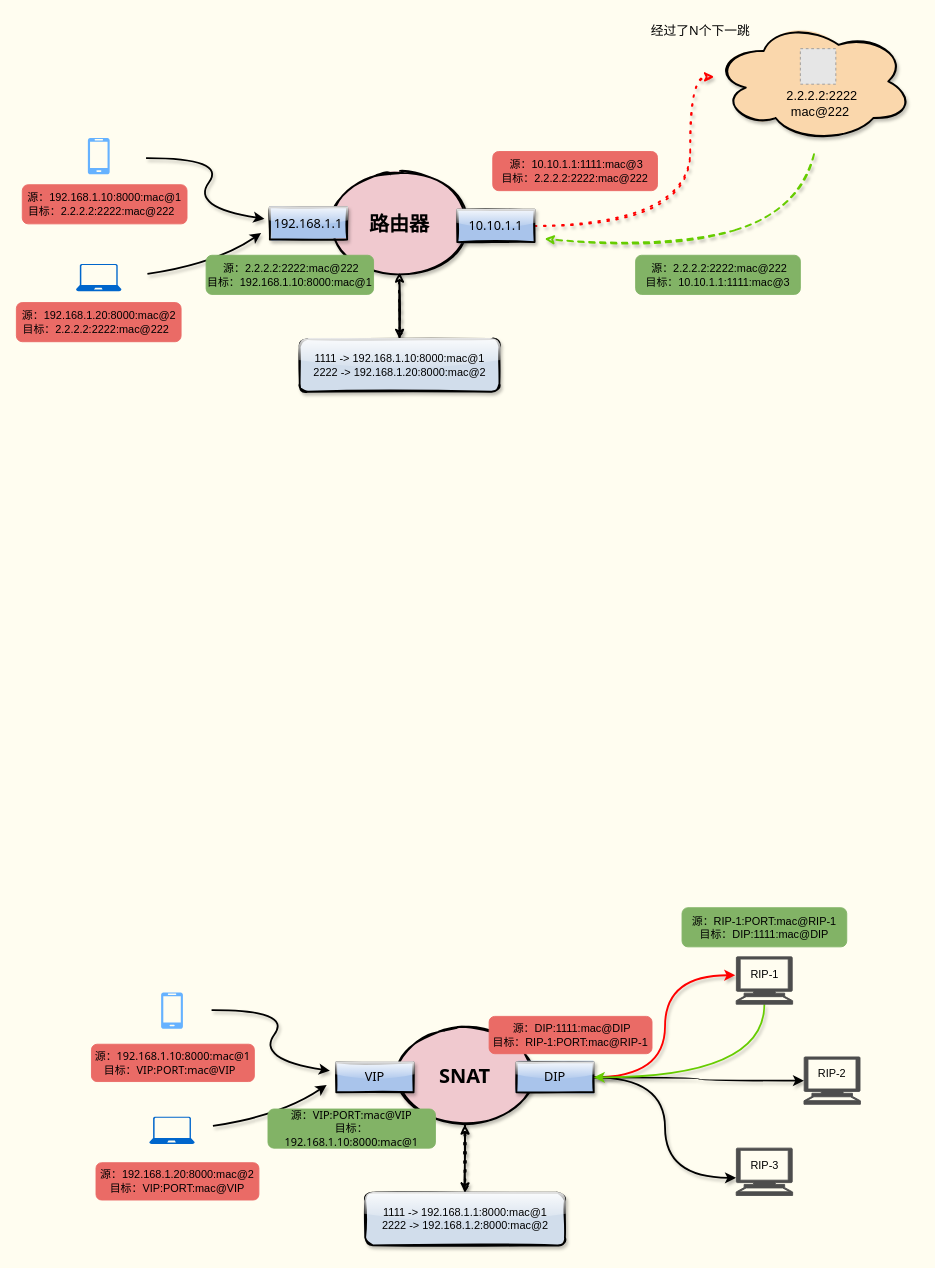
This is pictures/负载均衡/lvs_snat.drawio from boxtsecond/draw, a draw.io file, before an edit. Source tidied: cells renumbered, new cells numbered last; positions are measured from the earlier drawing's top-left corner, leaving out a move shared by most shapes. Both pictures are drawn from the tidied source at 91%, with x=0, y=0 at pixel (16, 20). Pictures stored in the file or linked from it are replaced by grey dashed boxes.
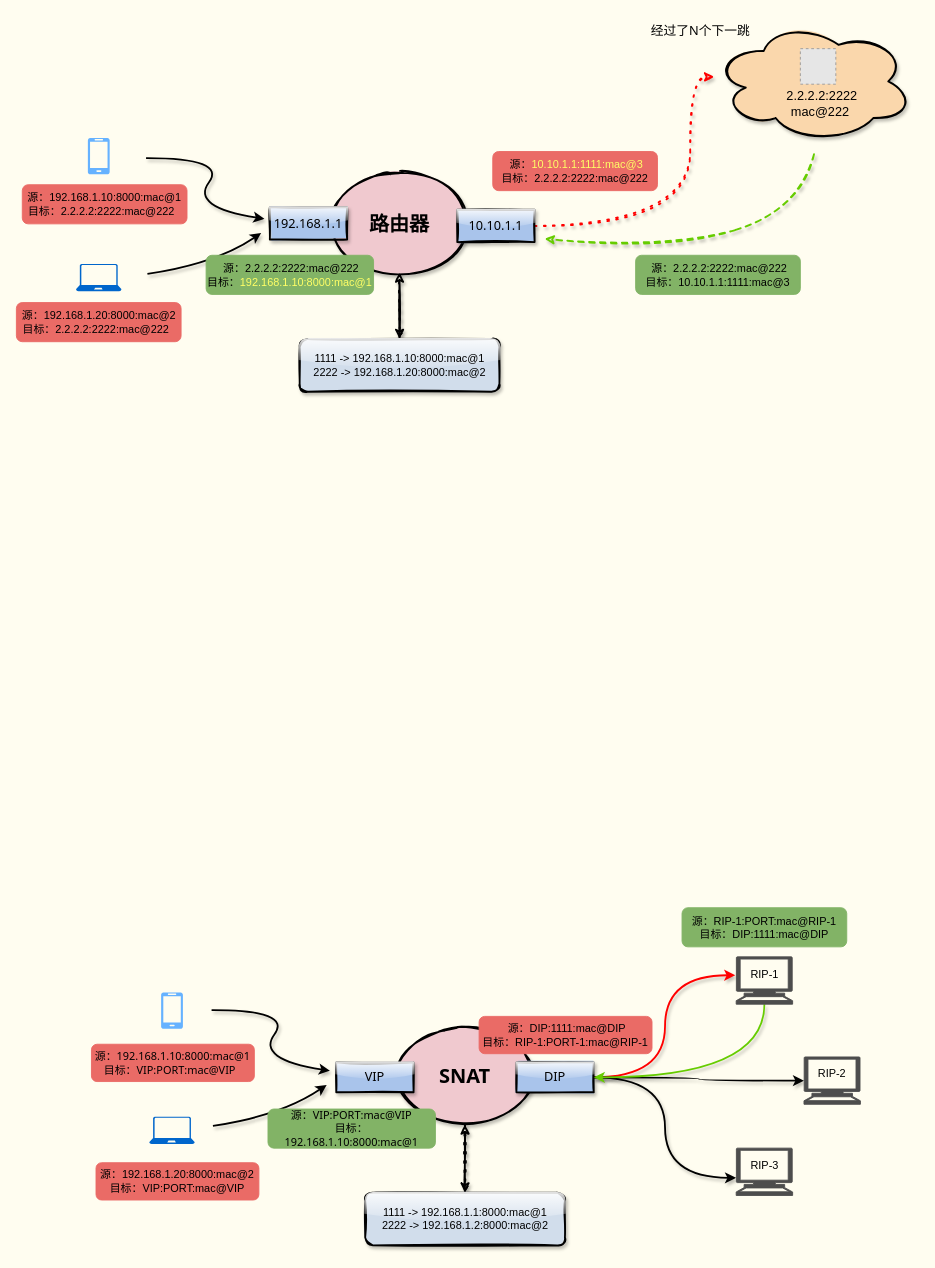
Above is the later version.

The edit, as a diff of the source:
```diff
@@
-    <mxCell id="20" value="&amp;nbsp;源：10.10.1.1:1111:mac@3&lt;br&gt;目标：2.2.2.2:2222:mac@222" style="rounded=1;whiteSpace=wrap;html=1;fillColor=#EA6B66;strokeColor=#EA6B66;" parent="1" vertex="1">
+    <mxCell id="20" value="&amp;nbsp;源：&lt;font color=&quot;#ffff66&quot;&gt;10.10.1.1:1111:mac@3&lt;/font&gt;&lt;br&gt;目标：2.2.2.2:2222:mac@222" style="rounded=1;whiteSpace=wrap;html=1;fillColor=#EA6B66;strokeColor=#EA6B66;" parent="1" vertex="1">
       <mxGeometry x="523" y="144" width="181" height="43" as="geometry" />
     </mxCell>
@@
-    <mxCell id="46" value="&amp;nbsp;源：DIP:1111:mac@DIP&lt;br&gt;目标：RIP-1:PORT:mac@RIP-1" style="rounded=1;whiteSpace=wrap;html=1;fillColor=#EA6B66;strokeColor=#EA6B66;" parent="1" vertex="1">
-      <mxGeometry x="519" y="1094.4" width="179" height="41" as="geometry" />
+    <mxCell id="46" value="&amp;nbsp;源：DIP:1111:mac@DIP&lt;br&gt;目标：RIP-1:PORT-1:mac@RIP-1" style="rounded=1;whiteSpace=wrap;html=1;fillColor=#EA6B66;strokeColor=#EA6B66;" parent="1" vertex="1">
+      <mxGeometry x="508" y="1094.4" width="190" height="41" as="geometry" />
     </mxCell>
@@
-    <mxCell id="53" value="&amp;nbsp;源：2.2.2.2:2222:mac@222&lt;br&gt;目标：&lt;span style=&quot;font-family: &amp;#34;helvetica&amp;#34;&quot;&gt;192.168.1.10:8000:mac@1&lt;/span&gt;" style="rounded=1;whiteSpace=wrap;html=1;strokeColor=#82b366;fillColor=#82B366;" parent="1" vertex="1">
+    <mxCell id="53" value="&amp;nbsp;源：2.2.2.2:2222:mac@222&lt;br&gt;目标：&lt;span style=&quot;font-family: &amp;#34;helvetica&amp;#34;&quot;&gt;&lt;font color=&quot;#ffff66&quot;&gt;192.168.1.10:8000:mac@1&lt;/font&gt;&lt;/span&gt;" style="rounded=1;whiteSpace=wrap;html=1;strokeColor=#82b366;fillColor=#82B366;" parent="1" vertex="1">
       <mxGeometry x="208" y="258" width="184" height="43" as="geometry" />
     </mxCell>
```
